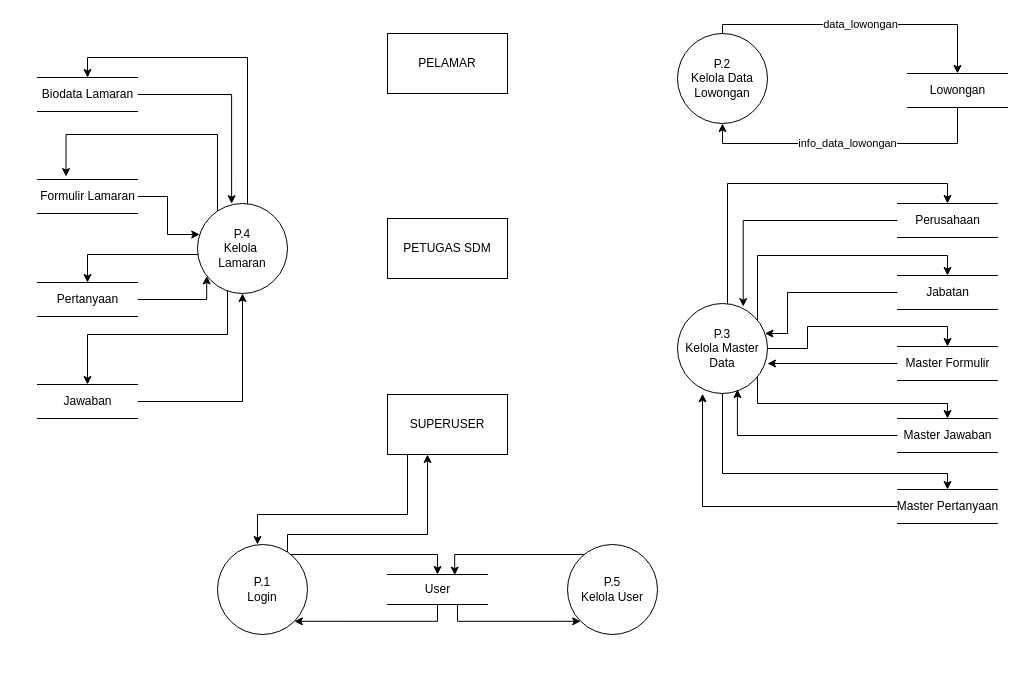
Before: page "DFD 0" (2 of 7) of DFD v2.drawio in keys2505/tugas-akhir, a draw.io diagram. Source tidied: cells renumbered, new cells numbered last; positions are measured from the earlier drawing's top-left corner, leaving out a move shared by most shapes. Both pictures are drawn from the tidied source at 100%, with x=0, y=0 at pixel (37, 24).
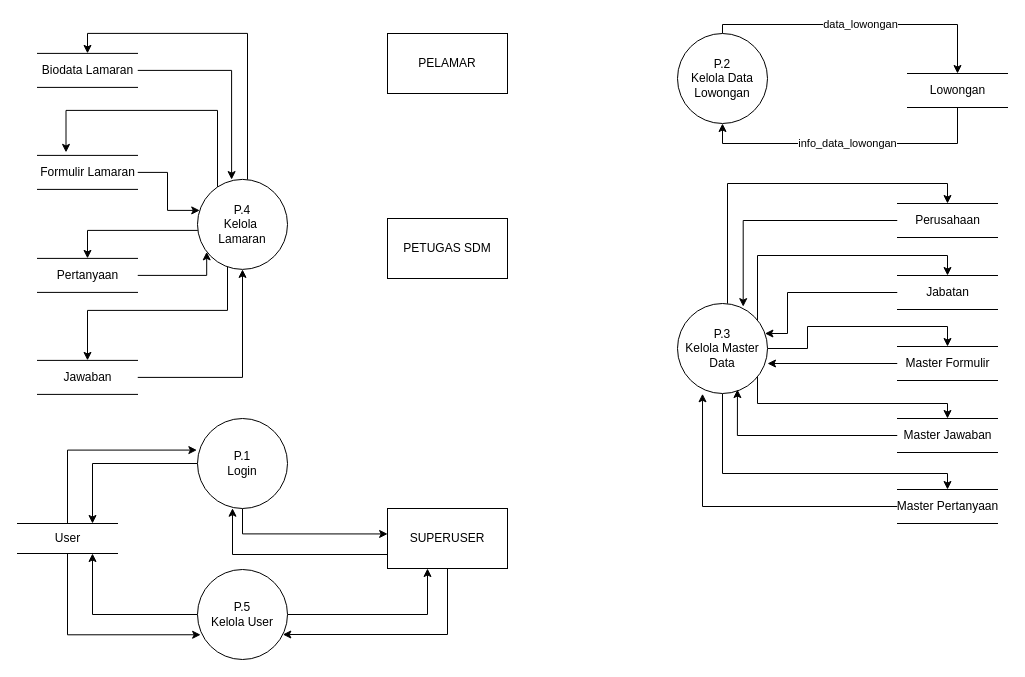
The same diagram, later.

Change to the diagram source:
```diff
@@
-    <mxCell id="2" style="edgeStyle=orthogonalEdgeStyle;rounded=0;jettySize=auto;html=1;entryX=0.5;entryY=0;entryDx=0;entryDy=0;" parent="1" edge="1" source="4" target="11">
-      <mxGeometry relative="1" as="geometry">
-        <Array as="points">
-          <mxPoint x="400" y="530" />
-        </Array>
-      </mxGeometry>
+    <mxCell id="2" style="edgeStyle=orthogonalEdgeStyle;rounded=0;jettySize=auto;html=1;entryX=0.75;entryY=0;entryDx=0;entryDy=0;" parent="1" edge="1" source="4" target="11">
+      <mxGeometry relative="1" as="geometry" />
     </mxCell>
-    <mxCell id="3" style="edgeStyle=orthogonalEdgeStyle;rounded=0;jettySize=auto;html=1;" parent="1" edge="1" source="4" target="8">
+    <mxCell id="3" style="edgeStyle=orthogonalEdgeStyle;rounded=0;jettySize=auto;html=1;entryX=0.001;entryY=0.424;entryDx=0;entryDy=0;entryPerimeter=0;" parent="1" edge="1" source="4" target="8">
       <mxGeometry relative="1" as="geometry">
         <Array as="points">
-          <mxPoint x="250" y="510" />
-          <mxPoint x="390" y="510" />
+          <mxPoint x="205" y="509" />
         </Array>
       </mxGeometry>
     </mxCell>
     <mxCell id="4" value="&lt;div&gt;P.1&lt;/div&gt;&lt;div&gt;Login&lt;br&gt;&lt;/div&gt;" style="ellipse;whiteSpace=wrap;html=1;" parent="1" vertex="1">
-      <mxGeometry x="180" y="520" width="90" height="90" as="geometry" />
+      <mxGeometry x="160" y="394" width="90" height="90" as="geometry" />
     </mxCell>
@@
-    <mxCell id="7" style="edgeStyle=orthogonalEdgeStyle;rounded=0;jettySize=auto;html=1;" parent="1" edge="1" source="8">
-      <mxGeometry relative="1" as="geometry">
-        <mxPoint x="220" y="520" as="targetPoint" />
-        <Array as="points">
-          <mxPoint x="370" y="490" />
-          <mxPoint x="220" y="490" />
-          <mxPoint x="220" y="520" />
-        </Array>
-      </mxGeometry>
-    </mxCell>
+    <mxCell id="47" style="edgeStyle=orthogonalEdgeStyle;rounded=0;jettySize=auto;html=1;" parent="1" edge="1" source="8" target="28">
+      <mxGeometry relative="1" as="geometry">
+        <Array as="points">
+          <mxPoint x="410" y="610" />
+        </Array>
+      </mxGeometry>
+    </mxCell>
+    <mxCell id="48" style="edgeStyle=orthogonalEdgeStyle;rounded=0;jettySize=auto;html=1;entryX=0.389;entryY=0.997;entryDx=0;entryDy=0;entryPerimeter=0;" parent="1" edge="1" source="8" target="4">
+      <mxGeometry relative="1" as="geometry">
+        <Array as="points">
+          <mxPoint x="195" y="530" />
+        </Array>
+      </mxGeometry>
+    </mxCell>
     <mxCell id="8" value="SUPERUSER" style="rounded=0;whiteSpace=wrap;html=1;" parent="1" vertex="1">
-      <mxGeometry x="350" y="370" width="120" height="60" as="geometry" />
+      <mxGeometry x="350" y="484" width="120" height="60" as="geometry" />
     </mxCell>
-    <mxCell id="9" style="edgeStyle=orthogonalEdgeStyle;rounded=0;jettySize=auto;html=1;entryX=1;entryY=1;entryDx=0;entryDy=0;" parent="1" edge="1" source="11" target="4">
+    <mxCell id="9" style="edgeStyle=orthogonalEdgeStyle;rounded=0;jettySize=auto;html=1;entryX=-0.007;entryY=0.351;entryDx=0;entryDy=0;entryPerimeter=0;" parent="1" edge="1" source="11" target="4">
       <mxGeometry relative="1" as="geometry">
         <Array as="points">
-          <mxPoint x="400" y="597" />
+          <mxPoint x="30" y="426" />
         </Array>
       </mxGeometry>
     </mxCell>
-    <mxCell id="10" style="edgeStyle=orthogonalEdgeStyle;rounded=0;jettySize=auto;html=1;entryX=0;entryY=1;entryDx=0;entryDy=0;" parent="1" edge="1" source="11" target="28">
+    <mxCell id="10" style="edgeStyle=orthogonalEdgeStyle;rounded=0;jettySize=auto;html=1;entryX=0.035;entryY=0.725;entryDx=0;entryDy=0;entryPerimeter=0;" parent="1" edge="1" source="11" target="28">
       <mxGeometry relative="1" as="geometry">
         <Array as="points">
-          <mxPoint x="420" y="597" />
+          <mxPoint x="30" y="610" />
         </Array>
       </mxGeometry>
     </mxCell>
     <mxCell id="11" value="User" style="html=1;dashed=0;whitespace=wrap;shape=partialRectangle;right=0;left=0;" parent="1" vertex="1">
-      <mxGeometry x="350" y="550" width="100" height="30" as="geometry" />
+      <mxGeometry x="-20" y="499" width="100" height="30" as="geometry" />
     </mxCell>
@@
     <mxCell id="22" style="edgeStyle=orthogonalEdgeStyle;rounded=0;jettySize=auto;html=1;entryX=0.5;entryY=0;entryDx=0;entryDy=0;" parent="1" edge="1" source="26" target="32">
       <mxGeometry relative="1" as="geometry">
         <Array as="points">
-          <mxPoint x="210" y="33" />
-          <mxPoint x="50" y="33" />
+          <mxPoint x="210" y="8.9" />
+          <mxPoint x="50" y="8.9" />
         </Array>
       </mxGeometry>
     </mxCell>
     <mxCell id="23" style="edgeStyle=orthogonalEdgeStyle;rounded=0;jettySize=auto;html=1;" parent="1" edge="1" source="26">
       <mxGeometry relative="1" as="geometry">
-        <mxPoint x="28.5" y="152" as="targetPoint" />
+        <mxPoint x="28.5" y="127.9" as="targetPoint" />
         <Array as="points">
-          <mxPoint x="180" y="110" />
-          <mxPoint x="29" y="110" />
+          <mxPoint x="180" y="85.9" />
+          <mxPoint x="29" y="85.9" />
         </Array>
       </mxGeometry>
     </mxCell>
     <mxCell id="24" style="edgeStyle=orthogonalEdgeStyle;rounded=0;jettySize=auto;html=1;entryX=0.5;entryY=0;entryDx=0;entryDy=0;" parent="1" edge="1" source="26" target="40">
       <mxGeometry relative="1" as="geometry">
         <Array as="points">
-          <mxPoint x="50" y="230" />
+          <mxPoint x="50" y="205.9" />
         </Array>
       </mxGeometry>
     </mxCell>
     <mxCell id="25" style="edgeStyle=orthogonalEdgeStyle;rounded=0;jettySize=auto;html=1;entryX=0.5;entryY=0;entryDx=0;entryDy=0;" parent="1" edge="1" source="26" target="42">
       <mxGeometry relative="1" as="geometry">
         <Array as="points">
-          <mxPoint x="190" y="310" />
-          <mxPoint x="50" y="310" />
+          <mxPoint x="190" y="285.9" />
+          <mxPoint x="50" y="285.9" />
         </Array>
       </mxGeometry>
     </mxCell>
     <mxCell id="26" value="&lt;div&gt;P.4&lt;/div&gt;&lt;div&gt;Kelola&amp;nbsp;&lt;/div&gt;&lt;div&gt;&lt;span style=&quot;background-color: initial;&quot;&gt;Lamaran&lt;/span&gt;&lt;br&gt;&lt;/div&gt;" style="ellipse;whiteSpace=wrap;html=1;" parent="1" vertex="1">
-      <mxGeometry x="160" y="179" width="90" height="90" as="geometry" />
+      <mxGeometry x="160" y="154.9" width="90" height="90" as="geometry" />
     </mxCell>
-    <mxCell id="27" style="edgeStyle=orthogonalEdgeStyle;rounded=0;jettySize=auto;html=1;entryX=0.672;entryY=0.02;entryDx=0;entryDy=0;entryPerimeter=0;" parent="1" edge="1" source="28" target="11">
-      <mxGeometry relative="1" as="geometry">
-        <Array as="points">
-          <mxPoint x="417" y="530" />
-        </Array>
-      </mxGeometry>
+    <mxCell id="27" style="edgeStyle=orthogonalEdgeStyle;rounded=0;jettySize=auto;html=1;entryX=0.75;entryY=1;entryDx=0;entryDy=0;" parent="1" edge="1" source="28" target="11">
+      <mxGeometry relative="1" as="geometry" />
     </mxCell>
+    <mxCell id="49" style="edgeStyle=orthogonalEdgeStyle;rounded=0;jettySize=auto;html=1;" parent="1" edge="1" source="28" target="8">
+      <mxGeometry relative="1" as="geometry">
+        <Array as="points">
+          <mxPoint x="390" y="590" />
+        </Array>
+      </mxGeometry>
+    </mxCell>
     <mxCell id="28" value="&lt;div&gt;P.5&lt;/div&gt;&lt;div&gt;Kelola User&lt;br&gt;&lt;/div&gt;" style="ellipse;whiteSpace=wrap;html=1;" parent="1" vertex="1">
-      <mxGeometry x="530" y="520" width="90" height="90" as="geometry" />
+      <mxGeometry x="160" y="545" width="90" height="90" as="geometry" />
     </mxCell>
     <mxCell id="29" style="edgeStyle=orthogonalEdgeStyle;rounded=0;jettySize=auto;html=1;" parent="1" edge="1" source="30" target="26">
       <mxGeometry relative="1" as="geometry">
         <Array as="points">
-          <mxPoint x="130" y="172" />
-          <mxPoint x="130" y="210" />
+          <mxPoint x="130" y="147.9" />
+          <mxPoint x="130" y="185.9" />
         </Array>
       </mxGeometry>
     </mxCell>
     <mxCell id="30" value="Formulir Lamaran" style="html=1;dashed=0;whitespace=wrap;shape=partialRectangle;right=0;left=0;" parent="1" vertex="1">
-      <mxGeometry y="155" width="100" height="34" as="geometry" />
+      <mxGeometry y="130.9" width="100" height="34" as="geometry" />
     </mxCell>
@@
     <mxCell id="32" value="Biodata Lamaran" style="html=1;dashed=0;whitespace=wrap;shape=partialRectangle;right=0;left=0;" parent="1" vertex="1">
-      <mxGeometry y="53" width="100" height="34" as="geometry" />
+      <mxGeometry y="28.9" width="100" height="34" as="geometry" />
     </mxCell>
@@
     <mxCell id="39" style="edgeStyle=orthogonalEdgeStyle;rounded=0;jettySize=auto;html=1;entryX=0.102;entryY=0.805;entryDx=0;entryDy=0;entryPerimeter=0;" parent="1" edge="1" source="40" target="26">
       <mxGeometry relative="1" as="geometry">
         <Array as="points">
-          <mxPoint x="170" y="275" />
-          <mxPoint x="170" y="252" />
+          <mxPoint x="170" y="250.9" />
+          <mxPoint x="170" y="227.9" />
         </Array>
       </mxGeometry>
     </mxCell>
     <mxCell id="40" value="Pertanyaan" style="html=1;dashed=0;whitespace=wrap;shape=partialRectangle;right=0;left=0;" parent="1" vertex="1">
-      <mxGeometry y="258" width="100" height="34" as="geometry" />
+      <mxGeometry y="233.9" width="100" height="34" as="geometry" />
     </mxCell>
@@
     <mxCell id="42" value="Jawaban" style="html=1;dashed=0;whitespace=wrap;shape=partialRectangle;right=0;left=0;" parent="1" vertex="1">
-      <mxGeometry y="360" width="100" height="34" as="geometry" />
+      <mxGeometry y="335.9" width="100" height="34" as="geometry" />
     </mxCell>
```
